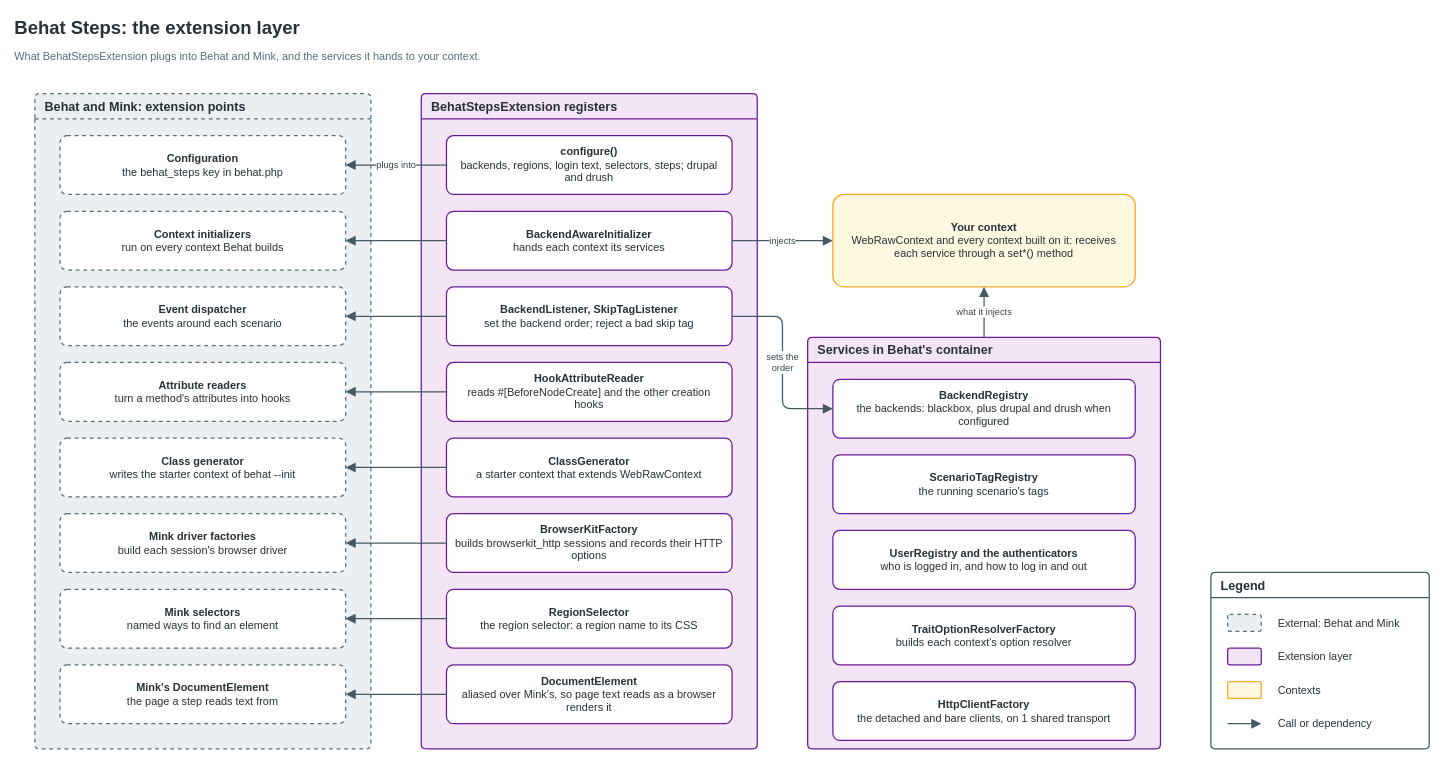
This is docs/content/architecture/extension-layer.drawio from drevops/behat-steps, a draw.io file, before an edit. Source tidied: cells renumbered, new cells numbered last; positions are measured from the earlier drawing's top-left corner, leaving out a move shared by most shapes. Both pictures are drawn from the tidied source at 84%, with x=0, y=0 at pixel (14, 14).
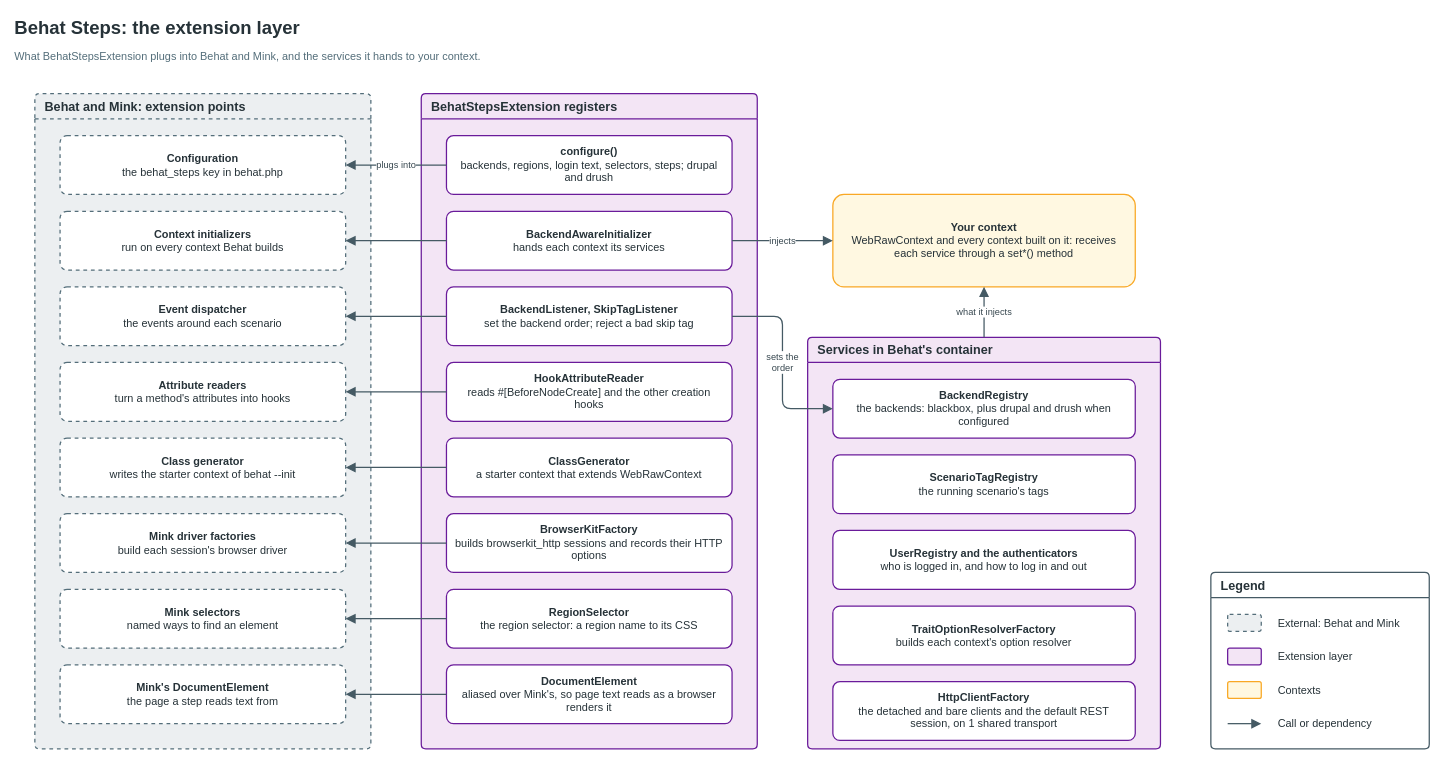
The same page after the edit.

The change refers to these unchanged cells:
```xml
<mxCell id="22" value="Services in Behat's container" style="swimlane;startSize=30;rounded=1;arcSize=6;html=1;whiteSpace=wrap;fontFamily=Helvetica;fontSize=15;fontStyle=1;fontColor=#263238;align=left;spacingLeft=10;fillColor=#F3E5F5;swimlaneFillColor=#F3E5F5;strokeColor=#6A1B9A;strokeWidth=1.5;" parent="1" vertex="1">
  <mxGeometry x="944" y="384" width="420" height="490" as="geometry" />
</mxCell>
```

Change to the diagram source:
```diff
@@
-    <mxCell id="27" value="&lt;b&gt;HttpClientFactory&lt;/b&gt;&lt;br&gt;the detached and bare clients, on 1 shared transport" style="rounded=1;arcSize=12;whiteSpace=wrap;html=1;strokeWidth=1.5;fontFamily=Helvetica;fontSize=13;fontColor=#263238;spacing=8;fillColor=#FFFFFF;strokeColor=#6A1B9A;" parent="22" vertex="1">
+    <mxCell id="27" value="&lt;b&gt;HttpClientFactory&lt;/b&gt;&lt;br&gt;the detached and bare clients and the default REST session, on 1 shared transport" style="rounded=1;arcSize=12;whiteSpace=wrap;html=1;strokeWidth=1.5;fontFamily=Helvetica;fontSize=13;fontColor=#263238;spacing=8;fillColor=#FFFFFF;strokeColor=#6A1B9A;" parent="22" vertex="1">
       <mxGeometry x="30" y="410" width="360" height="70" as="geometry" />
     </mxCell>
```
